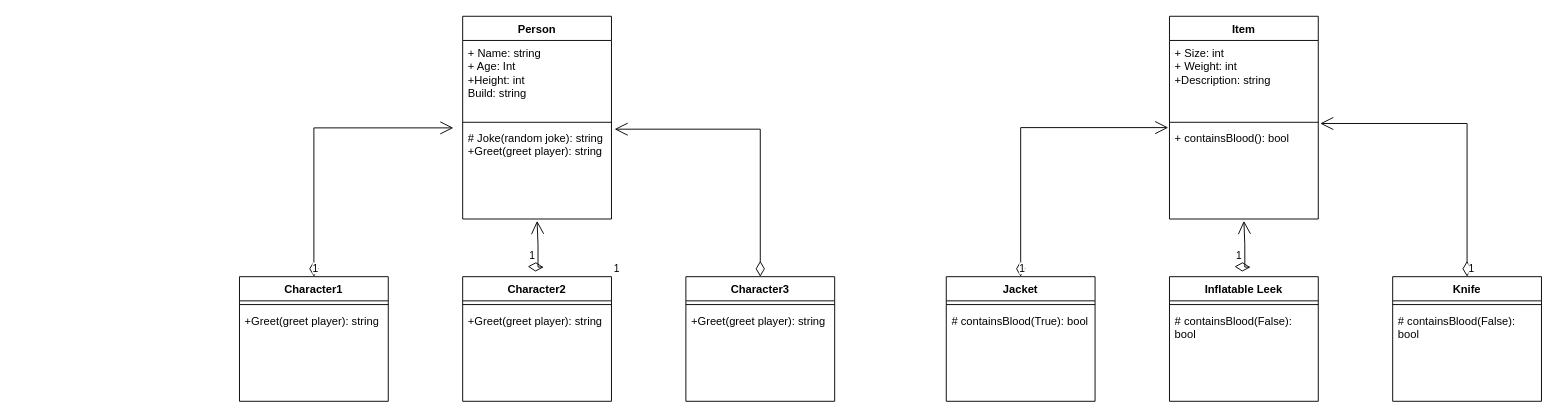
Before: UML.drawio in WadBike/Foundry-Phase1-Geraint, a draw.io diagram. Source tidied: cells renumbered, new cells numbered last; positions are measured from the earlier drawing's top-left corner, leaving out a move shared by most shapes. Both pictures are drawn from the tidied source at 93%, with x=0, y=0 at pixel (239, 16).
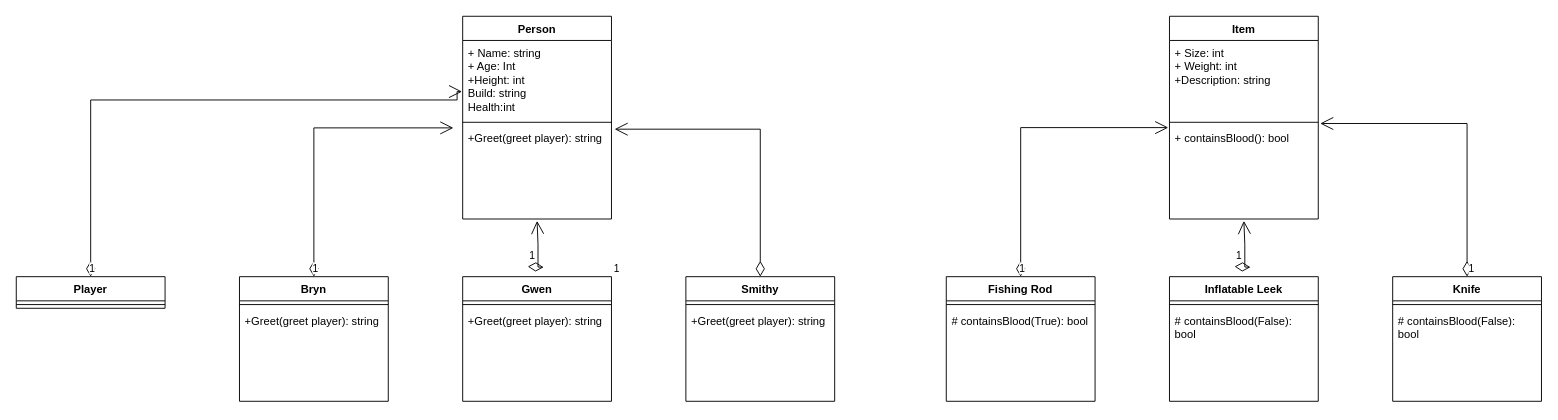
Above is the later version.

Unchanged cells that the change refers to:
```xml
<mxCell id="2" value="Person" style="swimlane;fontStyle=1;align=center;verticalAlign=top;horizontal=1;startSize=26;whiteSpace=wrap;html=1;" parent="1" vertex="1">
  <mxGeometry x="240" width="160" height="218" as="geometry" />
</mxCell>
```

Change to the diagram source:
```diff
@@
-    <mxCell id="3" value="+ Name: string&lt;br&gt;+ Age: Int&lt;br&gt;+Height: int&lt;br&gt;Build: string" style="text;strokeColor=none;fillColor=none;align=left;verticalAlign=top;spacingLeft=4;spacingRight=4;overflow=hidden;points=[[0,0.5],[1,0.5]];portConstraint=eastwest;whiteSpace=wrap;html=1;" parent="2" vertex="1">
+    <mxCell id="3" value="+ Name: string&lt;br&gt;+ Age: Int&lt;br&gt;+Height: int&lt;br&gt;Build: string&lt;br&gt;Health:int" style="text;strokeColor=none;fillColor=none;align=left;verticalAlign=top;spacingLeft=4;spacingRight=4;overflow=hidden;points=[[0,0.5],[1,0.5]];portConstraint=eastwest;whiteSpace=wrap;html=1;" parent="2" vertex="1">
       <mxGeometry y="26" width="160" height="84" as="geometry" />
     </mxCell>
@@
-    <mxCell id="5" value="# Joke(random joke): string&lt;br&gt;+Greet(greet player): string" style="text;strokeColor=none;fillColor=none;align=left;verticalAlign=top;spacingLeft=4;spacingRight=4;overflow=hidden;points=[[0,0.5],[1,0.5]];portConstraint=eastwest;whiteSpace=wrap;html=1;" parent="2" vertex="1">
+    <mxCell id="5" value="+Greet(greet player): string" style="text;strokeColor=none;fillColor=none;align=left;verticalAlign=top;spacingLeft=4;spacingRight=4;overflow=hidden;points=[[0,0.5],[1,0.5]];portConstraint=eastwest;whiteSpace=wrap;html=1;" parent="2" vertex="1">
       <mxGeometry y="118" width="160" height="100" as="geometry" />
     </mxCell>
-    <mxCell id="6" value="Character1" style="swimlane;fontStyle=1;align=center;verticalAlign=top;horizontal=1;startSize=26;whiteSpace=wrap;html=1;" parent="1" vertex="1">
+    <mxCell id="6" value="Bryn" style="swimlane;fontStyle=1;align=center;verticalAlign=top;horizontal=1;startSize=26;whiteSpace=wrap;html=1;" parent="1" vertex="1">
       <mxGeometry y="280" width="160" height="134" as="geometry" />
     </mxCell>
@@
-    <mxCell id="9" value="Character2" style="swimlane;fontStyle=1;align=center;verticalAlign=top;horizontal=1;startSize=26;whiteSpace=wrap;html=1;" parent="1" vertex="1">
+    <mxCell id="9" value="Gwen" style="swimlane;fontStyle=1;align=center;verticalAlign=top;horizontal=1;startSize=26;whiteSpace=wrap;html=1;" parent="1" vertex="1">
       <mxGeometry x="240" y="280" width="160" height="134" as="geometry" />
     </mxCell>
@@
-    <mxCell id="12" value="Character3" style="swimlane;fontStyle=1;align=center;verticalAlign=top;horizontal=1;startSize=26;whiteSpace=wrap;html=1;" parent="1" vertex="1">
+    <mxCell id="12" value="Smithy" style="swimlane;fontStyle=1;align=center;verticalAlign=top;horizontal=1;startSize=26;whiteSpace=wrap;html=1;" parent="1" vertex="1">
       <mxGeometry x="480" y="280" width="160" height="134" as="geometry" />
     </mxCell>
@@
-    <mxCell id="19" value="Jacket" style="swimlane;fontStyle=1;align=center;verticalAlign=top;horizontal=1;startSize=26;whiteSpace=wrap;html=1;" parent="1" vertex="1">
+    <mxCell id="19" value="Fishing Rod" style="swimlane;fontStyle=1;align=center;verticalAlign=top;horizontal=1;startSize=26;whiteSpace=wrap;html=1;" parent="1" vertex="1">
       <mxGeometry x="760" y="280" width="160" height="134" as="geometry" />
     </mxCell>
@@
+    <mxCell id="34" value="Player" style="swimlane;fontStyle=1;align=center;verticalAlign=top;horizontal=1;startSize=26;whiteSpace=wrap;html=1;" parent="1" vertex="1">
+      <mxGeometry x="-240" y="280" width="160" height="34" as="geometry" />
+    </mxCell>
+    <mxCell id="35" style="line;strokeWidth=1;fillColor=none;align=left;verticalAlign=middle;spacingTop=-1;spacingLeft=3;spacingRight=3;labelPosition=right;strokeColor=inherit;" parent="34" vertex="1">
+      <mxGeometry y="26" width="160" height="8" as="geometry" />
+    </mxCell>
+    <mxCell id="36" value="1" style="endArrow=open;html=1;endSize=12;startArrow=diamondThin;startSize=14;startFill=0;edgeStyle=orthogonalEdgeStyle;align=left;verticalAlign=bottom;rounded=0;exitX=0.5;exitY=0;exitDx=0;exitDy=0;entryX=-0.004;entryY=0.655;entryDx=0;entryDy=0;entryPerimeter=0;" parent="1" edge="1" target="3">
+      <mxGeometry x="-1" y="3" relative="1" as="geometry">
+        <mxPoint x="-160" y="280" as="sourcePoint" />
+        <Array as="points">
+          <mxPoint x="-160" y="90" />
+          <mxPoint x="234" y="90" />
+          <mxPoint x="234" y="81" />
+        </Array>
+      </mxGeometry>
+    </mxCell>
```
